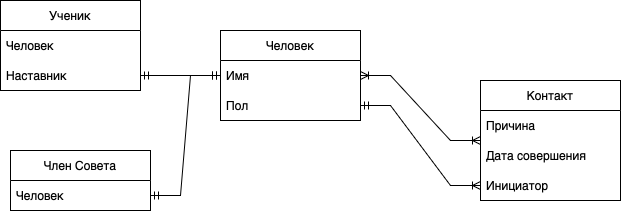
Above: Semester2/Databases/Labwork1/docs/infological.png in rmntim/ITMO (draw.io), before the change. Source tidied: cells renumbered, new cells last; positions are measured from the earlier drawing's top-left corner, leaving out a move shared by most shapes.
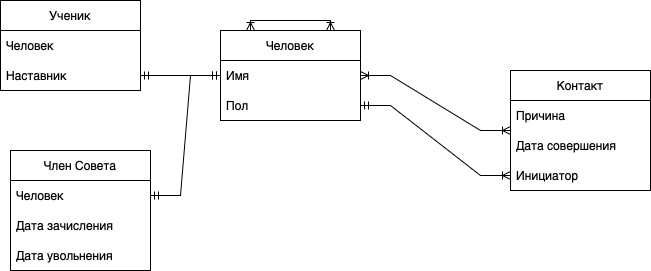
Later version of the same file.

What changed in the source:
```diff
@@ -21,13 +21,19 @@
       <mxGeometry y="60" width="140" height="30" as="geometry" />
     </mxCell>
     <mxCell id="8" value="Член Совета" style="swimlane;fontStyle=0;horizontal=1;startSize=30;whiteSpace=wrap;html=1;" parent="1" vertex="1">
-      <mxGeometry x="10" y="150" width="140" height="60" as="geometry" />
+      <mxGeometry x="10" y="150" width="140" height="120" as="geometry" />
     </mxCell>
     <mxCell id="9" value="Человек" style="text;strokeColor=none;fillColor=none;align=left;verticalAlign=middle;spacingLeft=4;spacingRight=4;overflow=hidden;points=[[0,0.5],[1,0.5]];portConstraint=eastwest;whiteSpace=wrap;html=1;" parent="8" vertex="1">
       <mxGeometry y="30" width="140" height="30" as="geometry" />
     </mxCell>
+    <mxCell id="18" value="Дата зачисления" style="text;strokeColor=none;fillColor=none;align=left;verticalAlign=middle;spacingLeft=4;spacingRight=4;overflow=hidden;whiteSpace=wrap;html=1;" parent="8" vertex="1">
+      <mxGeometry y="60" width="140" height="30" as="geometry" />
+    </mxCell>
+    <mxCell id="19" value="Дата увольнения" style="text;strokeColor=none;fillColor=none;align=left;verticalAlign=middle;spacingLeft=4;spacingRight=4;overflow=hidden;whiteSpace=wrap;html=1;" parent="8" vertex="1">
+      <mxGeometry y="90" width="140" height="30" as="geometry" />
+    </mxCell>
     <mxCell id="10" value="Контакт" style="swimlane;fontStyle=0;horizontal=1;startSize=30;whiteSpace=wrap;html=1;" parent="1" vertex="1">
-      <mxGeometry x="480" y="80" width="140" height="120" as="geometry" />
+      <mxGeometry x="510" y="70" width="140" height="120" as="geometry" />
     </mxCell>
     <mxCell id="11" value="Причина" style="text;strokeColor=none;fillColor=none;align=left;verticalAlign=middle;spacingLeft=4;spacingRight=4;overflow=hidden;whiteSpace=wrap;html=1;" parent="10" vertex="1">
       <mxGeometry y="30" width="140" height="30" as="geometry" />
@@ -50,5 +56,12 @@
     <mxCell id="17" style="edgeStyle=entityRelationEdgeStyle;fontSize=12;html=1;endArrow=ERoneToMany;startArrow=ERoneToMany;rounded=0;" parent="1" edge="1" source="10" target="3">
       <mxGeometry relative="1" as="geometry" />
     </mxCell>
+    <mxCell id="20" style="edgeStyle=entityRelationEdgeStyle;fontSize=12;html=1;endArrow=ERoneToMany;startArrow=ERoneToMany;rounded=0;" parent="1" edge="1" source="2" target="2">
+      <mxGeometry relative="1" as="geometry">
+        <Array as="points">
+          <mxPoint x="330" y="20" />
+        </Array>
+      </mxGeometry>
+    </mxCell>
   </root>
 </mxGraphModel>
```
